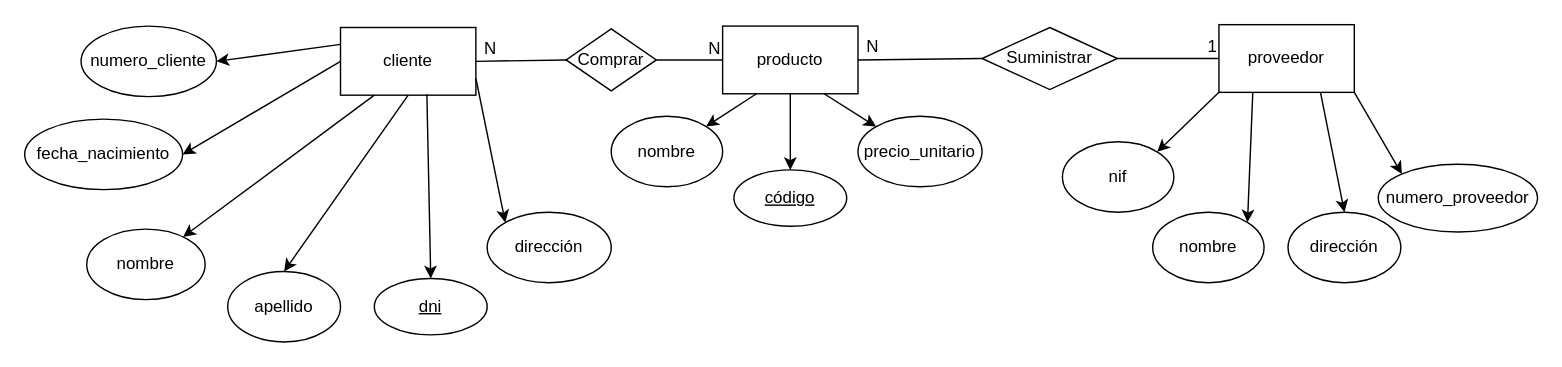
Earlier version of the draw.io diagram ejercicio 1 DER.drawio (Kevchuuu/Base-de-datos-). Source tidied: cells renumbered, new cells numbered last; positions are measured from the earlier drawing's top-left corner, leaving out a move shared by most shapes. Both pictures are drawn from the tidied source at 141%, with x=0, y=0 at pixel (24, 24).
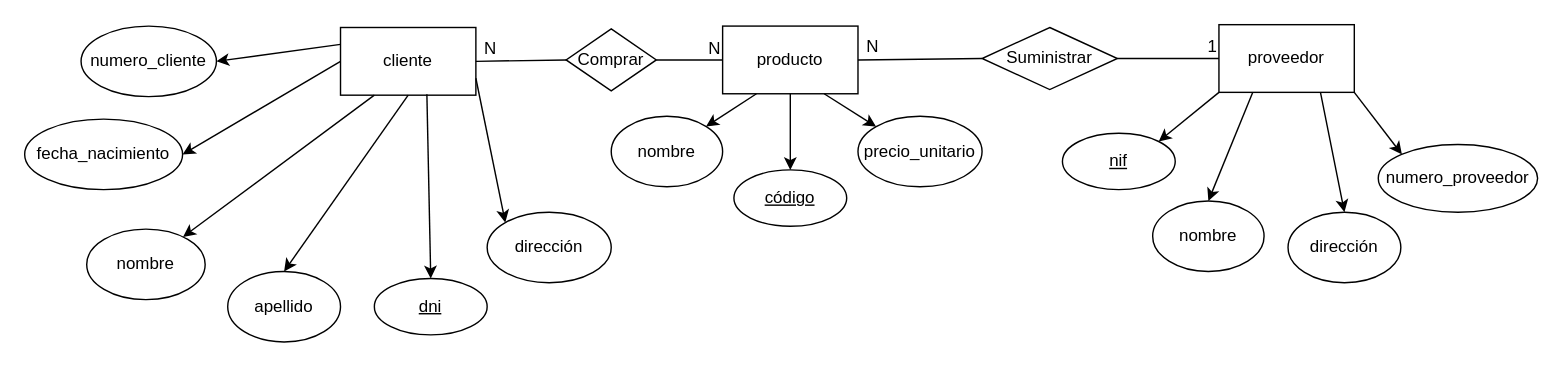
Above is the later version.

The change refers to these unchanged cells:
```xml
<mxCell id="20" value="proveedor" style="rounded=0;whiteSpace=wrap;html=1;" parent="1" vertex="1">
  <mxGeometry x="847" width="96" height="48" as="geometry" />
</mxCell>
```

Diff of the diagram source:
```diff
@@
     <mxCell id="21" value="nombre" style="ellipse;whiteSpace=wrap;html=1;" parent="1" vertex="1">
-      <mxGeometry x="800" y="133" width="79" height="50" as="geometry" />
+      <mxGeometry x="800" y="125" width="79" height="50" as="geometry" />
     </mxCell>
@@
     <mxCell id="23" value="numero_proveedor" style="ellipse;whiteSpace=wrap;html=1;" parent="1" vertex="1">
-      <mxGeometry x="960" y="99" width="113" height="48" as="geometry" />
+      <mxGeometry x="960" y="85" width="113" height="48" as="geometry" />
     </mxCell>
-    <mxCell id="24" style="endArrow=classic;html=1;rounded=0;entryX=1;entryY=0;entryDx=0;entryDy=0;exitX=0.25;exitY=1;exitDx=0;exitDy=0;" parent="1" edge="1" source="20" target="21">
+    <mxCell id="24" style="endArrow=classic;html=1;rounded=0;entryX=0.5;entryY=0;entryDx=0;entryDy=0;exitX=0.25;exitY=1;exitDx=0;exitDy=0;" parent="1" edge="1" source="20" target="21">
       <mxGeometry relative="1" as="geometry" />
     </mxCell>
@@
-    <mxCell id="27" value="nif" style="ellipse;whiteSpace=wrap;html=1;" parent="1" vertex="1">
-      <mxGeometry x="736" y="83" width="79" height="50" as="geometry" />
-    </mxCell>
-    <mxCell id="28" style="endArrow=classic;html=1;rounded=0;entryX=1;entryY=0;entryDx=0;entryDy=0;exitX=0;exitY=1;exitDx=0;exitDy=0;" parent="1" edge="1" source="20" target="27">
+    <mxCell id="28" style="endArrow=classic;html=1;rounded=0;exitX=0;exitY=1;exitDx=0;exitDy=0;entryX=1;entryY=0;entryDx=0;entryDy=0;" parent="1" edge="1" source="20" target="27">
       <mxGeometry relative="1" as="geometry" />
     </mxCell>
@@
+    <mxCell id="27" value="nif" style="ellipse;whiteSpace=wrap;html=1;align=center;fontStyle=4;" parent="1" vertex="1">
+      <mxGeometry x="736" y="77" width="80" height="40" as="geometry" />
+    </mxCell>
```
